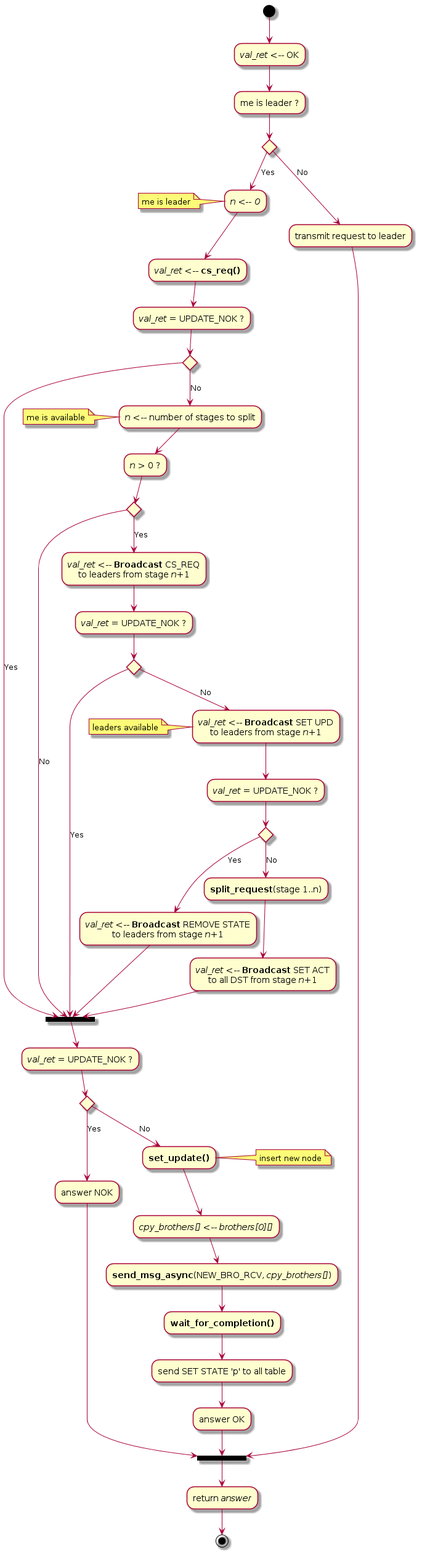
This is doc/UML/Cnx_Req.png from tof25/DST, a PlantUML export, as it was before one commit. The source it was exported from:
```plantuml
@startuml
(*top) --> "<i>val_ret</i> <-- OK"
--> "me is leader ?"
if "" then
    -->[Yes] "<i>n <-- 0</i>"
    note left : me is leader
    --> "<i>val_ret</i> <-- <b>cs_req()</b>"
    --> "<i>val_ret</i> = UPDATE_NOK ?" as req1
    if "" then
        -->[Yes] == SUITE ==
    else
        -->[No] "<i>n</i> <-- number of stages to split"
        note left : me is available
        --> "<i>n</i> > 0 ?"
        if "" then
            -->[Yes] "<i>val_ret</i> <-- <b>Broadcast</b> CS_REQ\nto leaders from stage <i>n</i>+1"
            --> "<i>val_ret</i> = UPDATE_NOK ?" as req2
            if "" then
                -->[No] "<i>val_ret</i> <-- <b>Broadcast</b> SET UPD\nto leaders from stage <i>n</i>+1"
                note left : leaders available
                --> "<i>val_ret</i> = UPDATE_NOK ?" as req3
                if "" then
                    -->[Yes] "<i>val_ret</i> <-- <b>Broadcast</b> REMOVE STATE\nto leaders from stage <i>n</i>+1"
                    --> == SUITE ==
                else
                    -->[No] "<b>split_request</b>(stage 1..n)"
                    --> "<i>val_ret</i> <-- <b>Broadcast</b> SET ACT\nto all DST from stage <i>n</i>+1"
                    --> == SUITE ==
                endif
            else
                -->[Yes] == SUITE ==
            endif
        else
            -->[No] == SUITE ==
        endif
    endif
else
    -->[No] "transmit request to leader"
    --> == FIN ==
endif

== SUITE == --> "<i>val_ret</i> = UPDATE_NOK ?"
if "" then
    -->[No] "<b>set_update()</b>"
    note right : insert new node
    --> "<i>cpy_brothers[]</i> <-- <i>brothers[0][]</i>"
    --> "<b>send_msg_async</b>(NEW_BRO_RCV, <i>cpy_brothers[]</i>)"
    --> "<b>wait_for_completion()</b>"
    --> "send SET STATE 'p' to all table"
    --> "answer OK"
    --> == FIN ==

else
    -->[Yes] "answer NOK"
    --> == FIN ==
endif

== FIN == --> "return <i>answer</i>"
--> (*)

@enduml
```
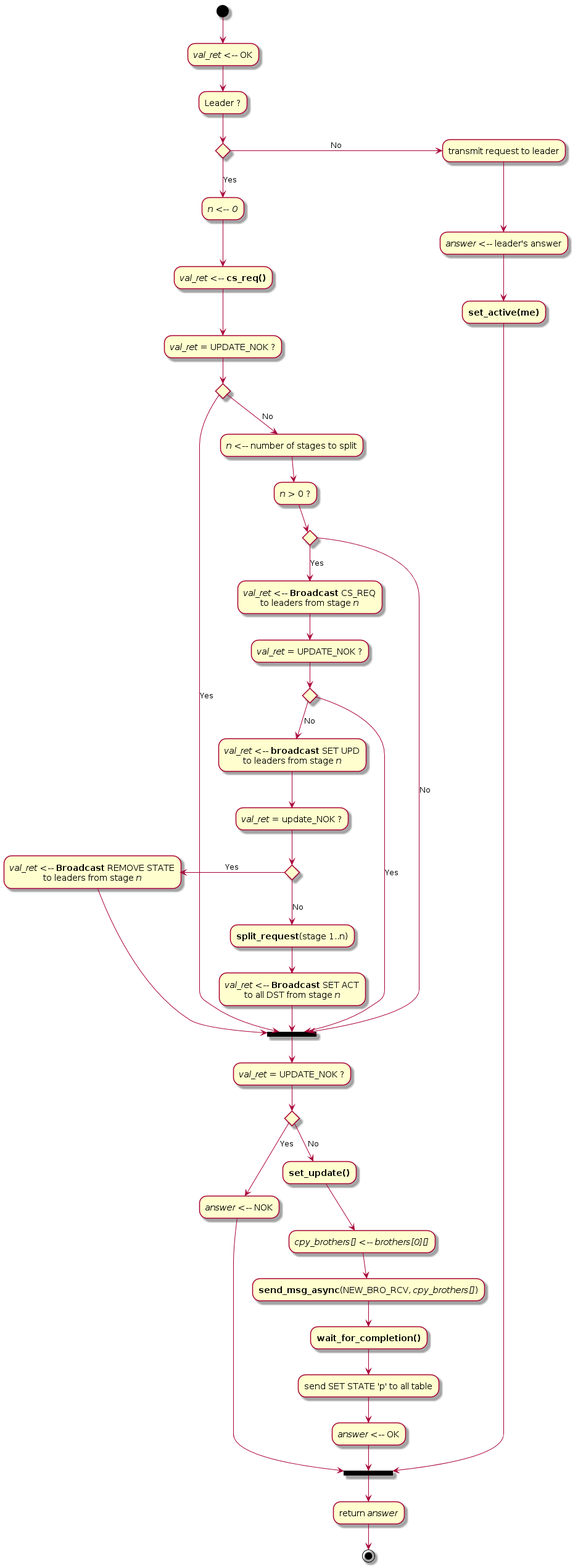
The same file after the commit.

Change to the diagram source:
```diff
@@ -1,30 +1,27 @@
 @startuml
 (*top) --> "<i>val_ret</i> <-- OK"
---> "me is leader ?"
+--> "Leader ?"
 if "" then
     -->[Yes] "<i>n <-- 0</i>"
-    note left : me is leader
     --> "<i>val_ret</i> <-- <b>cs_req()</b>"
     --> "<i>val_ret</i> = UPDATE_NOK ?" as req1
     if "" then
         -->[Yes] == SUITE ==
     else
         -->[No] "<i>n</i> <-- number of stages to split"
-        note left : me is available
         --> "<i>n</i> > 0 ?"
         if "" then
-            -->[Yes] "<i>val_ret</i> <-- <b>Broadcast</b> CS_REQ\nto leaders from stage <i>n</i>+1"
+            -->[Yes] "<i>val_ret</i> <-- <b>Broadcast</b> CS_REQ\nto leaders from stage <i>n</i>"
             --> "<i>val_ret</i> = UPDATE_NOK ?" as req2
             if "" then
-                -->[No] "<i>val_ret</i> <-- <b>Broadcast</b> SET UPD\nto leaders from stage <i>n</i>+1"
-                note left : leaders available
-                --> "<i>val_ret</i> = UPDATE_NOK ?" as req3
+                -->[No] "<i>val_ret</i> <-- <b>broadcast</b> SET UPD\nto leaders from stage <i>n</i>"
+                --> "<i>val_ret</i> = update_NOK ?" as req3
                 if "" then
-                    -->[Yes] "<i>val_ret</i> <-- <b>Broadcast</b> REMOVE STATE\nto leaders from stage <i>n</i>+1"
+                    -left->[Yes] "<i>val_ret</i> <-- <b>Broadcast</b> REMOVE STATE\nto leaders from stage <i>n</i>"
                     --> == SUITE ==
                 else
                     -->[No] "<b>split_request</b>(stage 1..n)"
-                    --> "<i>val_ret</i> <-- <b>Broadcast</b> SET ACT\nto all DST from stage <i>n</i>+1"
+                    --> "<i>val_ret</i> <-- <b>Broadcast</b> SET ACT\nto all DST from stage <i>n</i>"
                     --> == SUITE ==
                 endif
             else
@@ -35,23 +32,24 @@
         endif
     endif
 else
-    -->[No] "transmit request to leader"
+    -right->[No] "transmit request to leader"
+    --> "<i>answer</i> <-- leader's answer"
+    --> "<b>set_active(me)</b>"
     --> == FIN ==
 endif
 
 == SUITE == --> "<i>val_ret</i> = UPDATE_NOK ?"
 if "" then
     -->[No] "<b>set_update()</b>"
-    note right : insert new node
     --> "<i>cpy_brothers[]</i> <-- <i>brothers[0][]</i>"
     --> "<b>send_msg_async</b>(NEW_BRO_RCV, <i>cpy_brothers[]</i>)"
     --> "<b>wait_for_completion()</b>"
     --> "send SET STATE 'p' to all table"
-    --> "answer OK"
+    --> "<i>answer</i> <-- OK"
     --> == FIN ==
 
 else
-    -->[Yes] "answer NOK"
+    -->[Yes] "<i>answer</i> <-- NOK"
     --> == FIN ==
 endif
 
```
